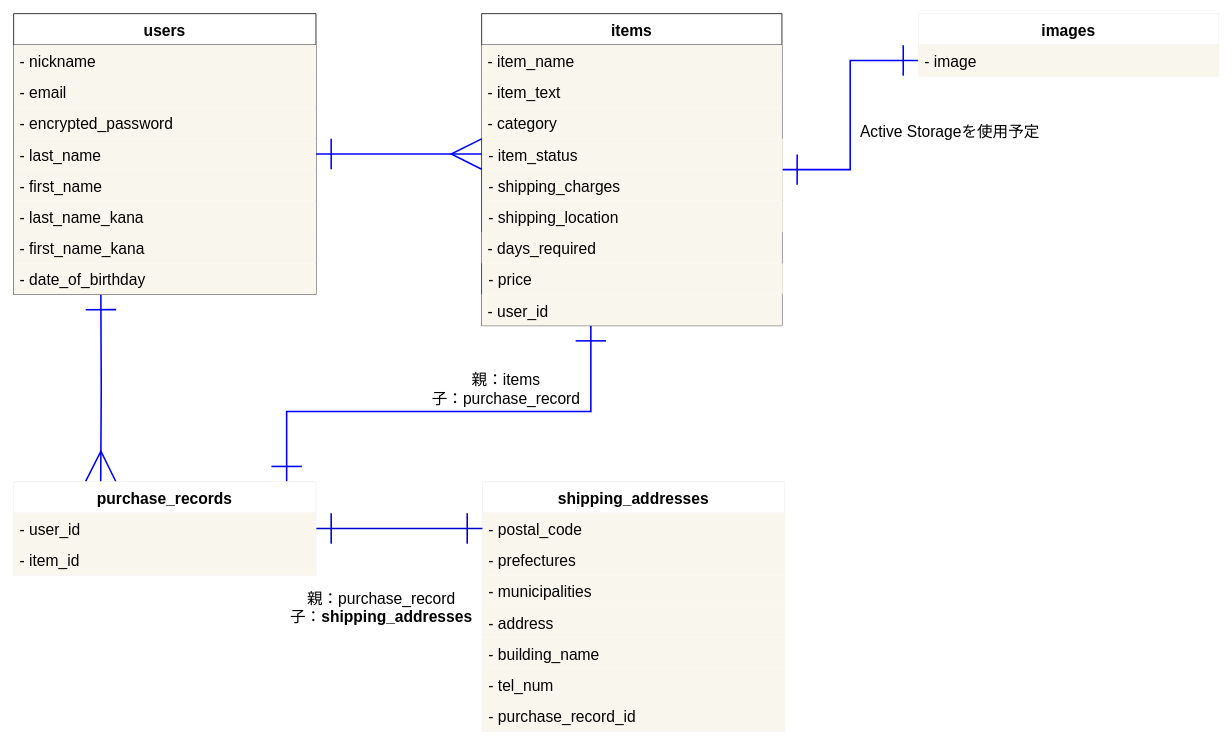
Earlier version of the draw.io diagram furima.dio (tsukimidori/furima-36894). Source tidied: cells renumbered, new cells numbered last; positions are measured from the earlier drawing's top-left corner, leaving out a move shared by most shapes. Both pictures are drawn from the tidied source at 78%, with x=0, y=0 at pixel (13, 13).
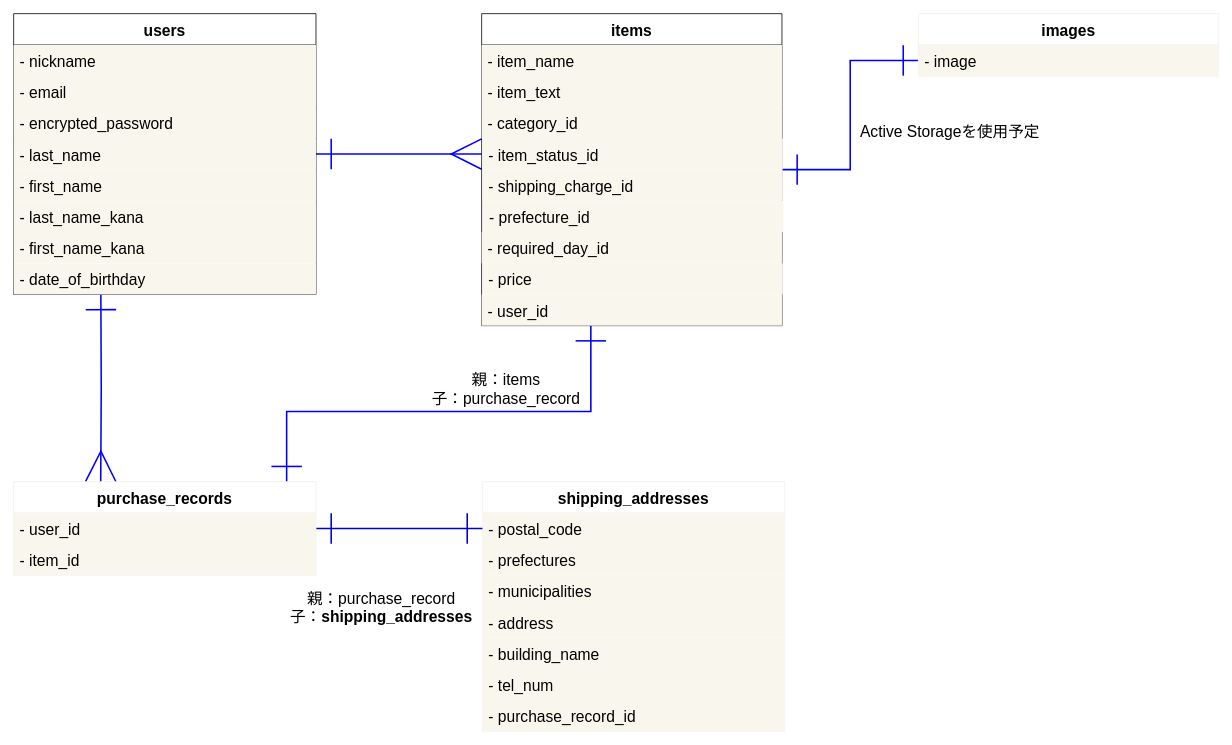
The same page after the edit.

Commit message (it also covers changes not shown here):
itemsテーブルをActiveHashで実装できる形に変更

Unchanged cells that the change refers to:
```xml
<mxCell id="29" style="shape=partialRectangle;fillColor=none;top=0;left=0;bottom=0;right=0;" parent="24" vertex="1">
  <mxGeometry y="120" width="385" height="40" as="geometry" />
</mxCell>
```

What changed in the source:
```diff
@@
-    <mxCell id="30" value="- category" style="shape=partialRectangle;fillColor=#f9f7ed;top=0;left=0;bottom=0;right=0;align=left;spacingLeft=6;overflow=hidden;fontSize=20;strokeColor=#36393d;fontColor=#000000;" parent="29" vertex="1">
+    <mxCell id="30" value="- category_id" style="shape=partialRectangle;fillColor=#f9f7ed;top=0;left=0;bottom=0;right=0;align=left;spacingLeft=6;overflow=hidden;fontSize=20;strokeColor=#36393d;fontColor=#000000;" parent="29" vertex="1">
       <mxGeometry width="385" height="40" as="geometry" />
     </mxCell>
@@
-    <mxCell id="46" value="- item_status" style="shape=partialRectangle;fillColor=#f9f7ed;top=0;left=0;bottom=0;right=0;align=left;spacingLeft=6;overflow=hidden;fontSize=20;strokeColor=#36393d;fontColor=#000000;" parent="1" vertex="1">
+    <mxCell id="46" value="- item_status_id" style="shape=partialRectangle;fillColor=#f9f7ed;top=0;left=0;bottom=0;right=0;align=left;spacingLeft=6;overflow=hidden;fontSize=20;strokeColor=#36393d;fontColor=#000000;" parent="1" vertex="1">
       <mxGeometry x="601" y="160" width="385" height="40" as="geometry" />
     </mxCell>
-    <mxCell id="47" value="- shipping_charges" style="shape=partialRectangle;fillColor=#f9f7ed;top=0;left=0;bottom=0;right=0;align=left;spacingLeft=6;overflow=hidden;fontSize=20;strokeColor=#36393d;fontColor=#000000;" parent="1" vertex="1">
+    <mxCell id="47" value="- shipping_charge_id" style="shape=partialRectangle;fillColor=#f9f7ed;top=0;left=0;bottom=0;right=0;align=left;spacingLeft=6;overflow=hidden;fontSize=20;strokeColor=#36393d;fontColor=#000000;" parent="1" vertex="1">
       <mxGeometry x="601" y="200" width="385" height="40" as="geometry" />
     </mxCell>
-    <mxCell id="48" value="- shipping_location" style="shape=partialRectangle;fillColor=#f9f7ed;top=0;left=0;bottom=0;right=0;align=left;spacingLeft=6;overflow=hidden;fontSize=20;strokeColor=#36393d;fontColor=#000000;" parent="1" vertex="1">
-      <mxGeometry x="601" y="240" width="385" height="40" as="geometry" />
+    <mxCell id="48" value="- prefecture_id" style="shape=partialRectangle;fillColor=#f9f7ed;top=0;left=0;bottom=0;right=0;align=left;spacingLeft=6;overflow=hidden;fontSize=20;strokeColor=#36393d;fontColor=#000000;" parent="1" vertex="1">
+      <mxGeometry x="602" y="240" width="385" height="40" as="geometry" />
     </mxCell>
-    <mxCell id="49" value="- days_required" style="shape=partialRectangle;fillColor=#f9f7ed;top=0;left=0;bottom=0;right=0;align=left;spacingLeft=6;overflow=hidden;fontSize=20;strokeColor=#36393d;fontColor=#000000;" parent="1" vertex="1">
+    <mxCell id="49" value="- required_day_id" style="shape=partialRectangle;fillColor=#f9f7ed;top=0;left=0;bottom=0;right=0;align=left;spacingLeft=6;overflow=hidden;fontSize=20;strokeColor=#36393d;fontColor=#000000;" parent="1" vertex="1">
       <mxGeometry x="600" y="280" width="385" height="40" as="geometry" />
     </mxCell>
```
